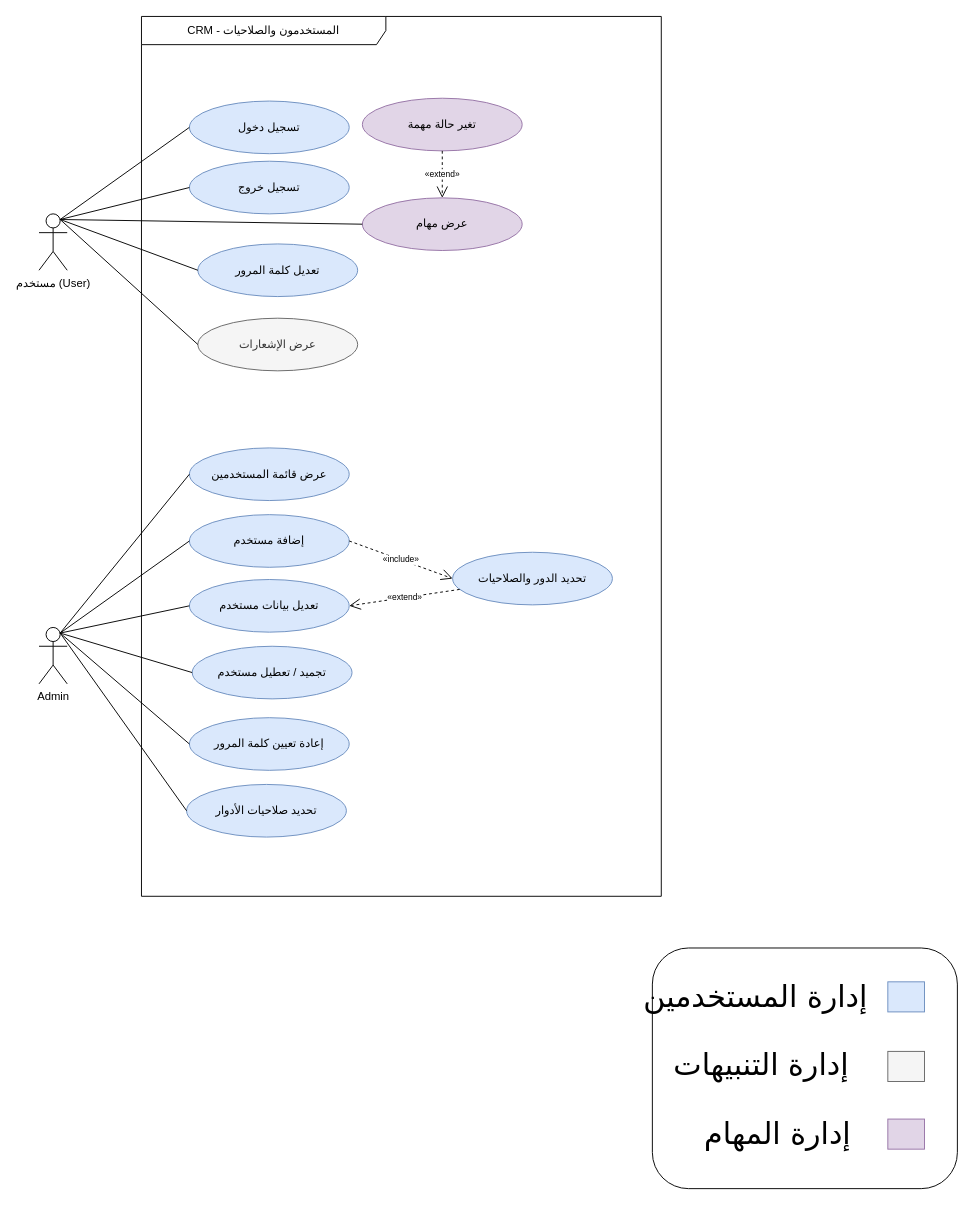
The draw.io diagram page "1-المستخدمون والصلاحيات" (3 of 9) of docs/analysis/Use Case Diagrams.drawio in QF-MJ/crm-al-mohtaref, before the edit. Source tidied: cells renumbered, new cells numbered last; positions are measured from the earlier drawing's top-left corner, leaving out a move shared by most shapes. Both pictures are drawn from the tidied source at 94%, with x=0, y=0 at pixel (39, 16).
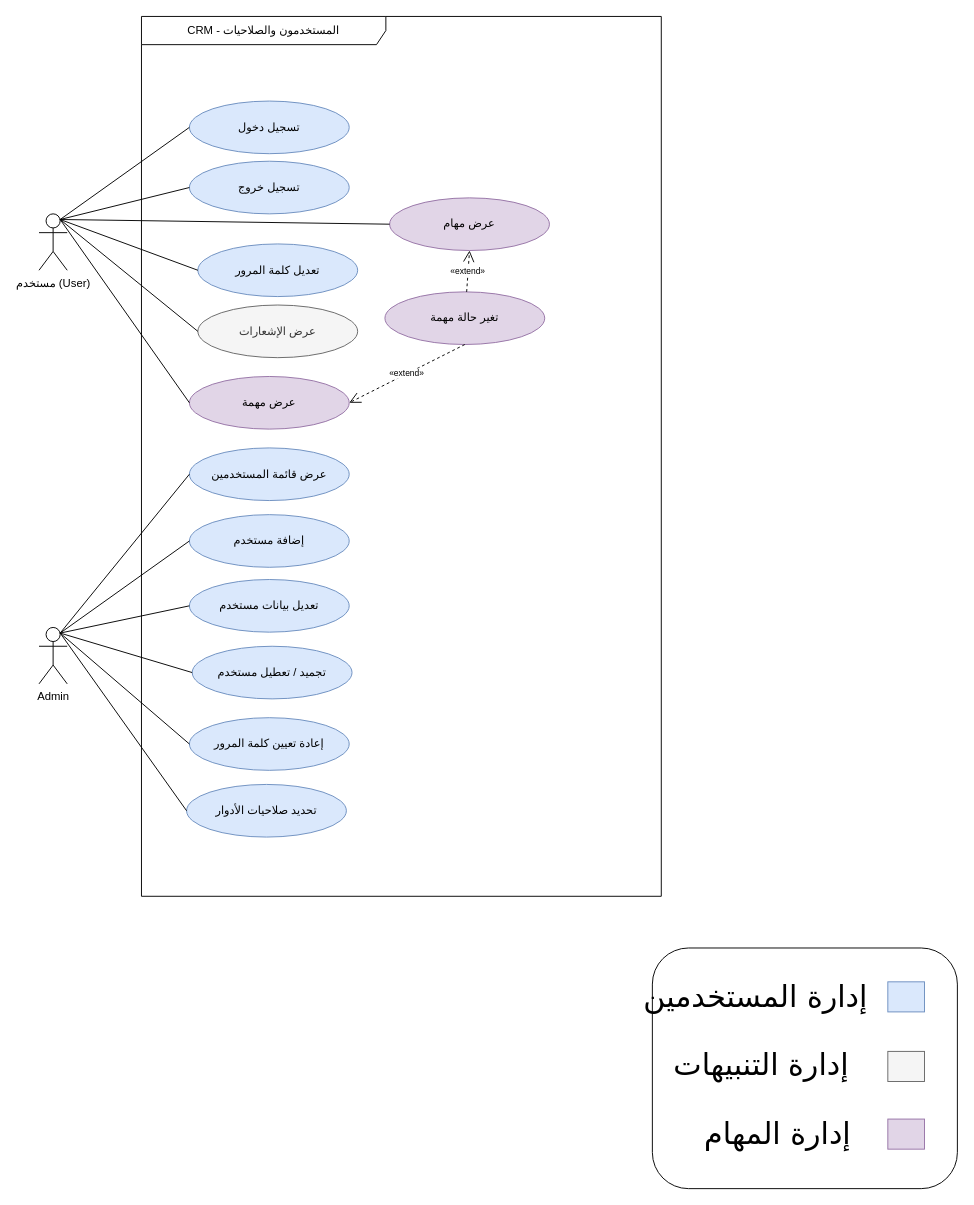
After the change.

Unchanged cells that the change refers to:
```xml
<mxCell id="3" value="مستخدم (User)" style="shape=umlActor;verticalLabelPosition=bottom;verticalAlign=top;html=1;outlineConnect=0;" parent="1" vertex="1">
  <mxGeometry y="210" width="30" height="60" as="geometry" />
</mxCell>
<mxCell id="10" value="إضافة مستخدم" style="ellipse;whiteSpace=wrap;html=1;fontSize=12;fillColor=#dae8fc;strokeColor=#6c8ebf;" parent="1" vertex="1">
  <mxGeometry x="160" y="530" width="170" height="56" as="geometry" />
</mxCell>
<mxCell id="12" value="تعديل بيانات مستخدم" style="ellipse;whiteSpace=wrap;html=1;fontSize=12;fillColor=#dae8fc;strokeColor=#6c8ebf;" parent="1" vertex="1">
  <mxGeometry x="160" y="599" width="170" height="56" as="geometry" />
</mxCell>
```

The edit, as a diff of the source:
```diff
@@
     <mxCell id="8" value="عرض الإشعارات" style="ellipse;whiteSpace=wrap;html=1;fontSize=12;fillColor=#f5f5f5;strokeColor=#666666;fontColor=#333333;" parent="1" vertex="1">
-      <mxGeometry x="169" y="321" width="170" height="56" as="geometry" />
+      <mxGeometry x="169" y="307" width="170" height="56" as="geometry" />
     </mxCell>
@@
-    <mxCell id="11" value="تحديد الدور والصلاحيات" style="ellipse;whiteSpace=wrap;html=1;fontSize=12;fillColor=#dae8fc;strokeColor=#6c8ebf;" parent="1" vertex="1">
-      <mxGeometry x="440" y="570" width="170" height="56" as="geometry" />
-    </mxCell>
@@
-    <mxCell id="26" value="«include»" style="endArrow=open;endSize=10;dashed=1;html=1;rounded=0;fontSize=9;labelBackgroundColor=default;exitX=1;exitY=0.5;exitDx=0;exitDy=0;entryX=0;entryY=0.5;entryDx=0;entryDy=0;" parent="1" edge="1" source="10" target="11">
-      <mxGeometry relative="1" as="geometry" />
-    </mxCell>
-    <mxCell id="27" value="«extend»" style="endArrow=open;endSize=10;dashed=1;html=1;rounded=0;fontSize=9;labelBackgroundColor=default;entryX=1;entryY=0.5;entryDx=0;entryDy=0;" parent="1" edge="1" source="11" target="12">
-      <mxGeometry relative="1" as="geometry" />
-    </mxCell>
     <mxCell id="28" value="عرض مهام" style="ellipse;whiteSpace=wrap;html=1;fontSize=12;fillColor=#e1d5e7;strokeColor=#9673a6;" parent="1" vertex="1">
-      <mxGeometry x="344" y="193" width="170" height="56" as="geometry" />
+      <mxGeometry x="373" y="193" width="170" height="56" as="geometry" />
     </mxCell>
@@
     <mxCell id="30" value="تغير حالة مهمة" style="ellipse;whiteSpace=wrap;html=1;fontSize=12;fillColor=#e1d5e7;strokeColor=#9673a6;" parent="1" vertex="1">
-      <mxGeometry x="344" y="87" width="170" height="56" as="geometry" />
+      <mxGeometry x="368" y="293" width="170" height="56" as="geometry" />
     </mxCell>
-    <mxCell id="31" value="«extend»" style="endArrow=open;endSize=10;dashed=1;html=1;rounded=0;fontSize=9;labelBackgroundColor=default;" parent="1" edge="1" source="30" target="28">
+    <mxCell id="31" value="«extend»" style="endArrow=open;endSize=10;dashed=1;html=1;rounded=0;fontSize=9;labelBackgroundColor=default;entryX=0.5;entryY=1;entryDx=0;entryDy=0;" parent="1" edge="1" source="30" target="28">
       <mxGeometry relative="1" as="geometry" />
     </mxCell>
@@
+    <mxCell id="40" value="عرض مهمة" style="ellipse;whiteSpace=wrap;html=1;fontSize=12;fillColor=#e1d5e7;strokeColor=#9673a6;" parent="1" vertex="1">
+      <mxGeometry x="160" y="383" width="170" height="56" as="geometry" />
+    </mxCell>
+    <mxCell id="41" style="endArrow=none;html=1;rounded=0;exitX=0.75;exitY=0.1;exitDx=0;exitDy=0;exitPerimeter=0;entryX=0;entryY=0.5;entryDx=0;entryDy=0;" parent="1" edge="1" source="3" target="40">
+      <mxGeometry relative="1" as="geometry" />
+    </mxCell>
+    <mxCell id="27" value="«extend»" style="endArrow=open;endSize=10;dashed=1;html=1;rounded=0;fontSize=9;labelBackgroundColor=default;entryX=1;entryY=0.5;entryDx=0;entryDy=0;exitX=0.5;exitY=1;exitDx=0;exitDy=0;" parent="1" edge="1" source="30" target="40">
+      <mxGeometry relative="1" as="geometry" />
+    </mxCell>
```
